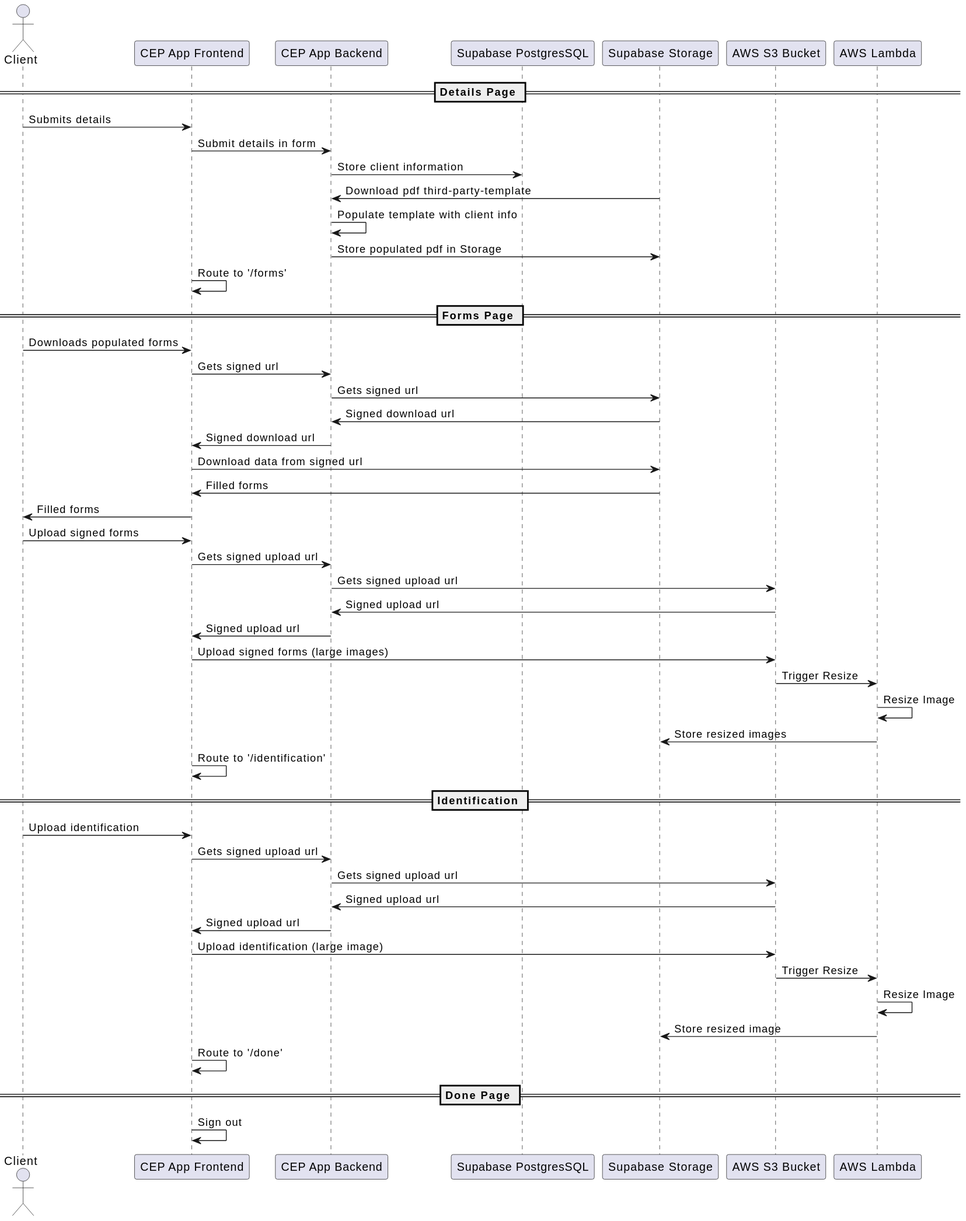
Before: docs/images/client-sequence.svg, a diagram exported from PlantUML (Arthur006/financial-advisor-cep). The source it was exported from:
```plantuml
@startuml
actor Client
participant "CEP App Frontend" as Frontend
participant "CEP App Backend" as Backend
participant "Supabase PostgresSQL" as Postgres
participant "Supabase Storage" as Storage
participant "AWS S3 Bucket" as Bucket
participant "AWS Lambda" as Lambda

== Details Page ==
Client -> Frontend: Submits details
Frontend -> Backend: Submit details in form
Backend -> Postgres: Store client information
Storage -> Backend: Download pdf third-party-template
Backend -> Backend: Populate template with client info
Backend -> Storage: Store populated pdf in Storage
Frontend -> Frontend: Route to '/forms'

== Forms Page ==
Client -> Frontend: Downloads populated forms
Frontend -> Backend: Gets signed url
Backend -> Storage: Gets signed url
Storage -> Backend: Signed download url
Backend -> Frontend: Signed download url
Frontend -> Storage: Download data from signed url
Storage -> Frontend: Filled forms
Frontend -> Client: Filled forms
Client -> Frontend: Upload signed forms
Frontend -> Backend: Gets signed upload url
Backend -> Bucket: Gets signed upload url
Bucket -> Backend: Signed upload url
Backend -> Frontend: Signed upload url
Frontend -> Bucket: Upload signed forms (large images)
Bucket -> Lambda: Trigger Resize
Lambda -> Lambda: Resize Image
Lambda -> Storage: Store resized images
Frontend -> Frontend: Route to '/identification'

== Identification ==
Client -> Frontend: Upload identification
Frontend -> Backend: Gets signed upload url
Backend -> Bucket: Gets signed upload url
Bucket -> Backend: Signed upload url
Backend -> Frontend: Signed upload url
Frontend -> Bucket: Upload identification (large image)
Bucket -> Lambda: Trigger Resize
Lambda -> Lambda: Resize Image
Lambda -> Storage: Store resized image
Frontend -> Frontend: Route to '/done'

== Done Page ==
Frontend -> Frontend: Sign out
@enduml
```
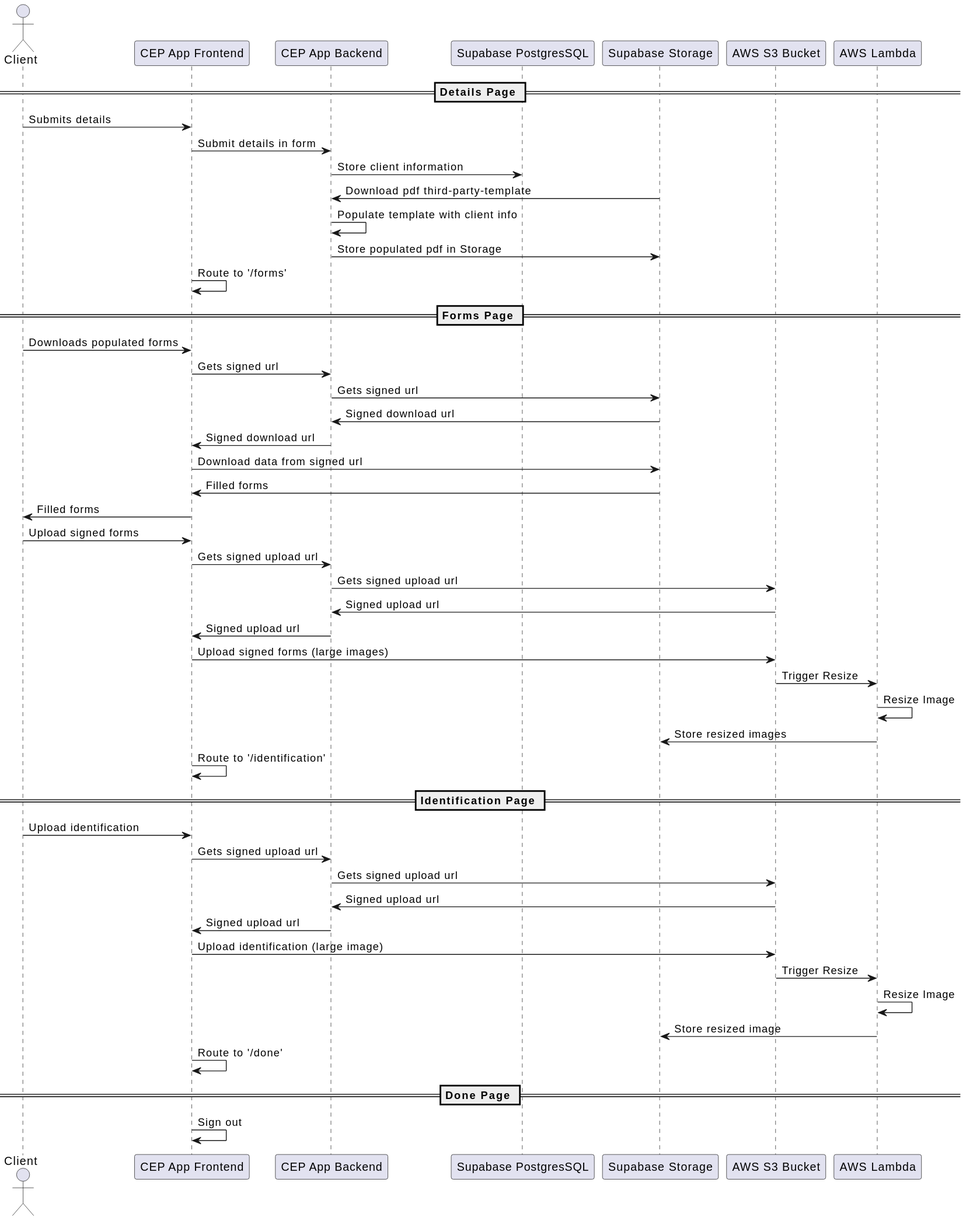
The same file after the commit.

Diff of the diagram source:
```diff
@@ -36,7 +36,7 @@
 Lambda -> Storage: Store resized images
 Frontend -> Frontend: Route to '/identification'
 
-== Identification ==
+== Identification Page ==
 Client -> Frontend: Upload identification
 Frontend -> Backend: Gets signed upload url
 Backend -> Bucket: Gets signed upload url
```
